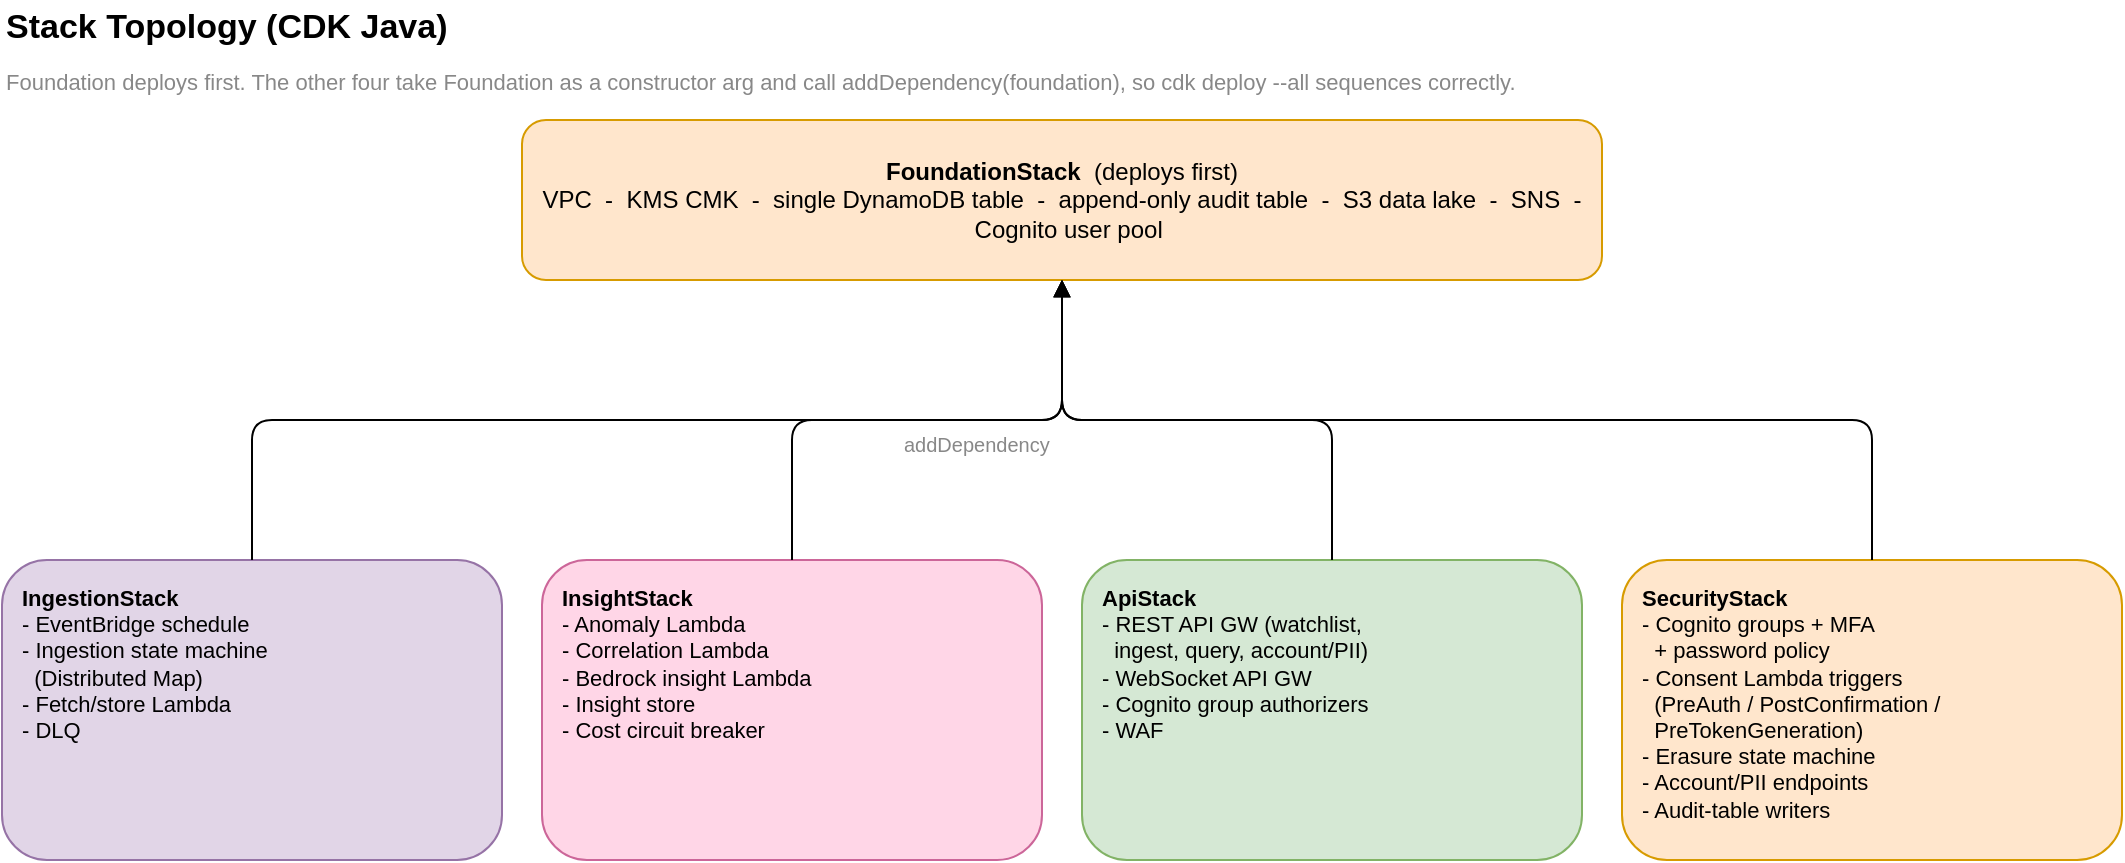
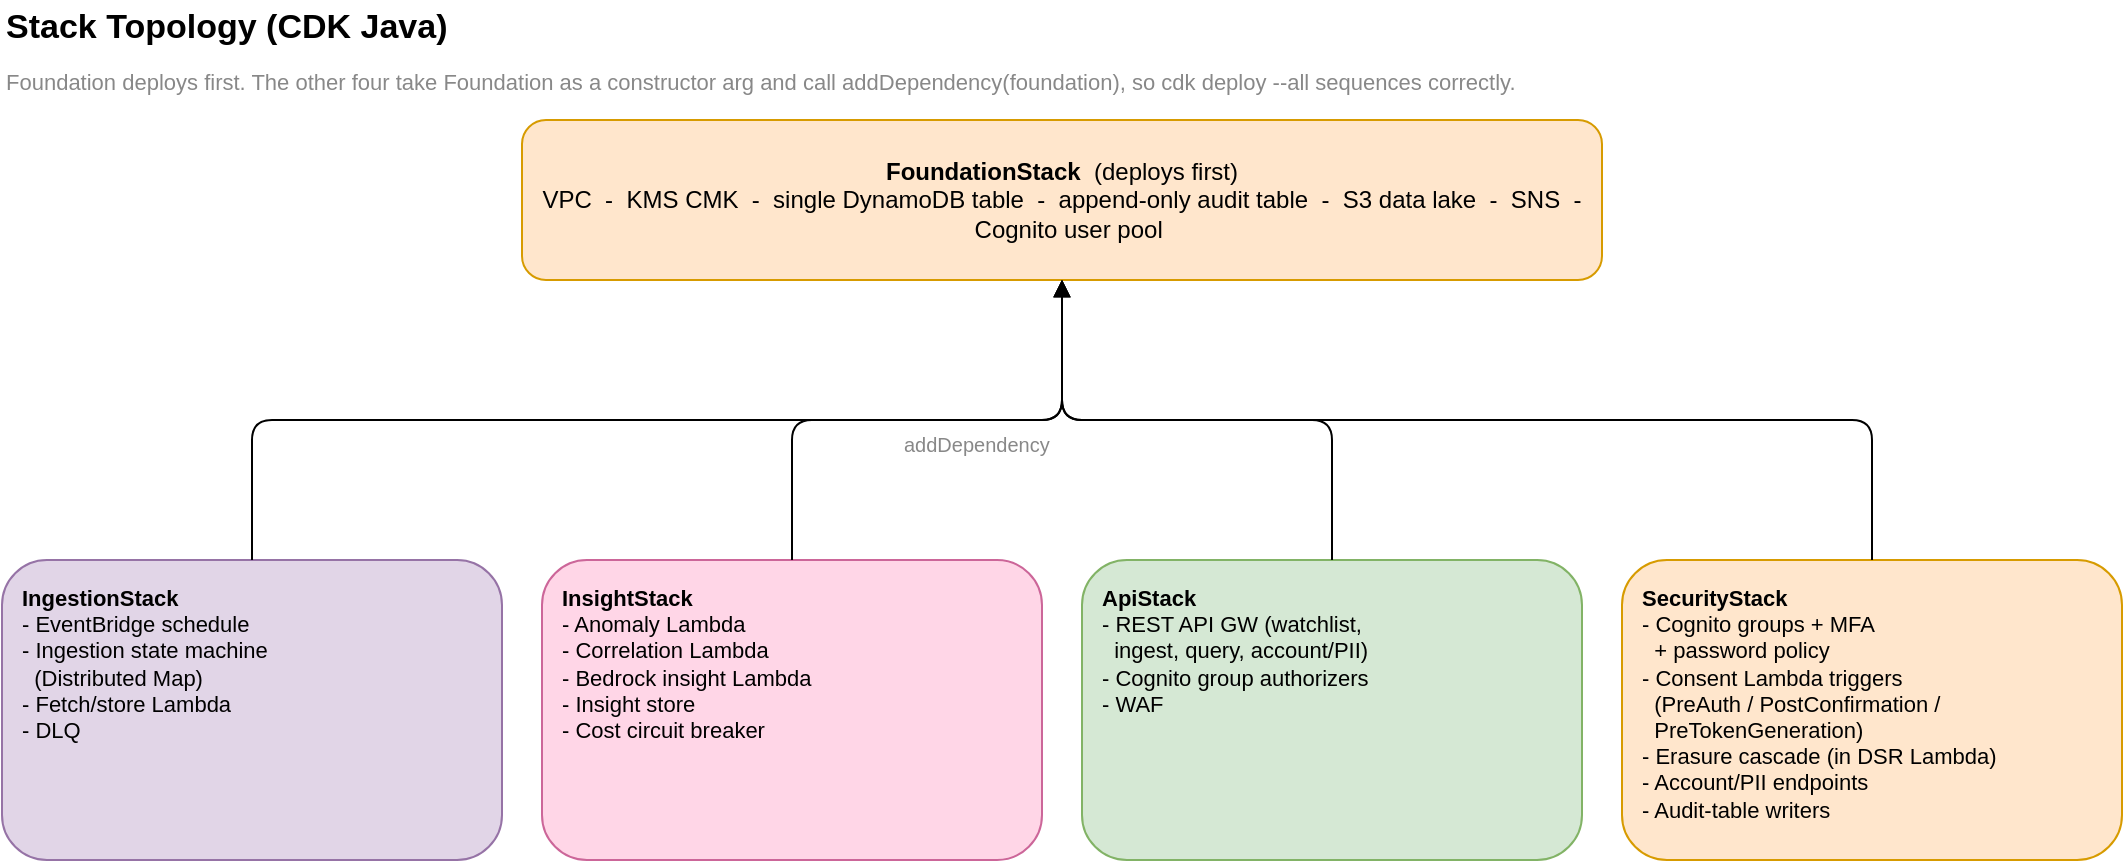
<mxGraphModel dx="1100" dy="800" grid="1" gridSize="10" guides="1" tooltips="1" connect="1" arrows="1" fold="1" page="1" pageScale="1" pageWidth="1120" pageHeight="500" math="0" shadow="0" adaptiveColors="auto">
  <root>
    <mxCell id="0"/>
    <mxCell id="1" parent="0"/>
    <mxCell id="title" value="Stack Topology (CDK Java)" style="text;html=1;fontSize=17;fontStyle=1;align=left;verticalAlign=middle;" vertex="1" parent="1">
      <mxGeometry x="30" y="10" width="500" height="28" as="geometry"/>
    </mxCell>
    <mxCell id="note" value="Foundation deploys first. The other four take Foundation as a constructor arg and call addDependency(foundation), so cdk deploy --all sequences correctly." style="text;html=1;fontSize=11;fontColor=#888888;align=left;" vertex="1" parent="1">
      <mxGeometry x="30" y="38" width="900" height="18" as="geometry"/>
    </mxCell>
    <mxCell id="foundation" value="&lt;b&gt;FoundationStack&lt;/b&gt;&#160;&#160;(deploys first)&lt;br&gt;VPC&#160;&#160;-&#160;&#160;KMS CMK&#160;&#160;-&#160;&#160;single DynamoDB table&#160;&#160;-&#160;&#160;append-only audit table&#160;&#160;-&#160;&#160;S3 data lake&#160;&#160;-&#160;&#160;SNS&#160;&#160;-&#160;&#160;Cognito user pool" style="rounded=1;whiteSpace=wrap;html=1;align=center;verticalAlign=middle;fillColor=#FFE6CC;strokeColor=#D79B00;fontSize=12;" vertex="1" parent="1">
      <mxGeometry x="290" y="70" width="540" height="80" as="geometry"/>
    </mxCell>
    <mxCell id="ingestion" value="&lt;b&gt;IngestionStack&lt;/b&gt;&lt;br&gt;- EventBridge schedule&lt;br&gt;- Ingestion state machine&lt;br&gt;&#160;&#160;(Distributed Map)&lt;br&gt;- Fetch/store Lambda&lt;br&gt;- DLQ" style="rounded=1;whiteSpace=wrap;html=1;align=left;verticalAlign=top;spacingLeft=8;spacingTop=6;fillColor=#E1D5E7;strokeColor=#9673A6;fontSize=11;" vertex="1" parent="1">
      <mxGeometry x="30" y="290" width="250" height="150" as="geometry"/>
    </mxCell>
    <mxCell id="insight" value="&lt;b&gt;InsightStack&lt;/b&gt;&lt;br&gt;- Anomaly Lambda&lt;br&gt;- Correlation Lambda&lt;br&gt;- Bedrock insight Lambda&lt;br&gt;- Insight store&lt;br&gt;- Cost circuit breaker" style="rounded=1;whiteSpace=wrap;html=1;align=left;verticalAlign=top;spacingLeft=8;spacingTop=6;fillColor=#FFD6E7;strokeColor=#CC6699;fontSize=11;" vertex="1" parent="1">
      <mxGeometry x="300" y="290" width="250" height="150" as="geometry"/>
    </mxCell>
-     <mxCell id="api" value="&lt;b&gt;ApiStack&lt;/b&gt;&lt;br&gt;- REST API GW (watchlist,&lt;br&gt;&#160;&#160;ingest, query, account/PII)&lt;br&gt;- WebSocket API GW&lt;br&gt;- Cognito group authorizers&lt;br&gt;- WAF" style="rounded=1;whiteSpace=wrap;html=1;align=left;verticalAlign=top;spacingLeft=8;spacingTop=6;fillColor=#D5E8D4;strokeColor=#82B366;fontSize=11;" vertex="1" parent="1">
+     <mxCell id="api" value="&lt;b&gt;ApiStack&lt;/b&gt;&lt;br&gt;- REST API GW (watchlist,&lt;br&gt;&#160;&#160;ingest, query, account/PII)&lt;br&gt;- Cognito group authorizers&lt;br&gt;- WAF" style="rounded=1;whiteSpace=wrap;html=1;align=left;verticalAlign=top;spacingLeft=8;spacingTop=6;fillColor=#D5E8D4;strokeColor=#82B366;fontSize=11;" vertex="1" parent="1">
      <mxGeometry x="570" y="290" width="250" height="150" as="geometry"/>
    </mxCell>
-     <mxCell id="security" value="&lt;b&gt;SecurityStack&lt;/b&gt;&lt;br&gt;- Cognito groups + MFA&lt;br&gt;&#160;&#160;+ password policy&lt;br&gt;- Consent Lambda triggers&lt;br&gt;&#160;&#160;(PreAuth / PostConfirmation /&lt;br&gt;&#160;&#160;PreTokenGeneration)&lt;br&gt;- Erasure state machine&lt;br&gt;- Account/PII endpoints&lt;br&gt;- Audit-table writers" style="rounded=1;whiteSpace=wrap;html=1;align=left;verticalAlign=top;spacingLeft=8;spacingTop=6;fillColor=#FFE6CC;strokeColor=#D79B00;fontSize=11;" vertex="1" parent="1">
+     <mxCell id="security" value="&lt;b&gt;SecurityStack&lt;/b&gt;&lt;br&gt;- Cognito groups + MFA&lt;br&gt;&#160;&#160;+ password policy&lt;br&gt;- Consent Lambda triggers&lt;br&gt;&#160;&#160;(PreAuth / PostConfirmation /&lt;br&gt;&#160;&#160;PreTokenGeneration)&lt;br&gt;- Erasure cascade (in DSR Lambda)&lt;br&gt;- Account/PII endpoints&lt;br&gt;- Audit-table writers" style="rounded=1;whiteSpace=wrap;html=1;align=left;verticalAlign=top;spacingLeft=8;spacingTop=6;fillColor=#FFE6CC;strokeColor=#D79B00;fontSize=11;" vertex="1" parent="1">
      <mxGeometry x="840" y="290" width="250" height="150" as="geometry"/>
    </mxCell>
    <mxCell id="d1" style="edgeStyle=orthogonalEdgeStyle;html=1;endArrow=block;fontSize=10;exitX=0.5;exitY=0;exitDx=0;exitDy=0;entryX=0.5;entryY=1;entryDx=0;entryDy=0;" edge="1" parent="1" source="ingestion" target="foundation">
      <mxGeometry relative="1" as="geometry"/>
    </mxCell>
    <mxCell id="d2" style="edgeStyle=orthogonalEdgeStyle;html=1;endArrow=block;fontSize=10;exitX=0.5;exitY=0;exitDx=0;exitDy=0;entryX=0.5;entryY=1;entryDx=0;entryDy=0;" edge="1" parent="1" source="insight" target="foundation">
      <mxGeometry relative="1" as="geometry"/>
    </mxCell>
    <mxCell id="d2l" value="addDependency" style="edgeLabel;html=1;fontSize=10;fontColor=#888888;labelBackgroundColor=#FFFFFF;" connectable="0" vertex="1" parent="d2">
      <mxGeometry x="-0.1" relative="1" as="geometry"/>
    </mxCell>
    <mxCell id="d3" style="edgeStyle=orthogonalEdgeStyle;html=1;endArrow=block;fontSize=10;exitX=0.5;exitY=0;exitDx=0;exitDy=0;entryX=0.5;entryY=1;entryDx=0;entryDy=0;" edge="1" parent="1" source="api" target="foundation">
      <mxGeometry relative="1" as="geometry"/>
    </mxCell>
    <mxCell id="d4" style="edgeStyle=orthogonalEdgeStyle;html=1;endArrow=block;fontSize=10;exitX=0.5;exitY=0;exitDx=0;exitDy=0;entryX=0.5;entryY=1;entryDx=0;entryDy=0;" edge="1" parent="1" source="security" target="foundation">
      <mxGeometry relative="1" as="geometry"/>
    </mxCell>
  </root>
</mxGraphModel>
